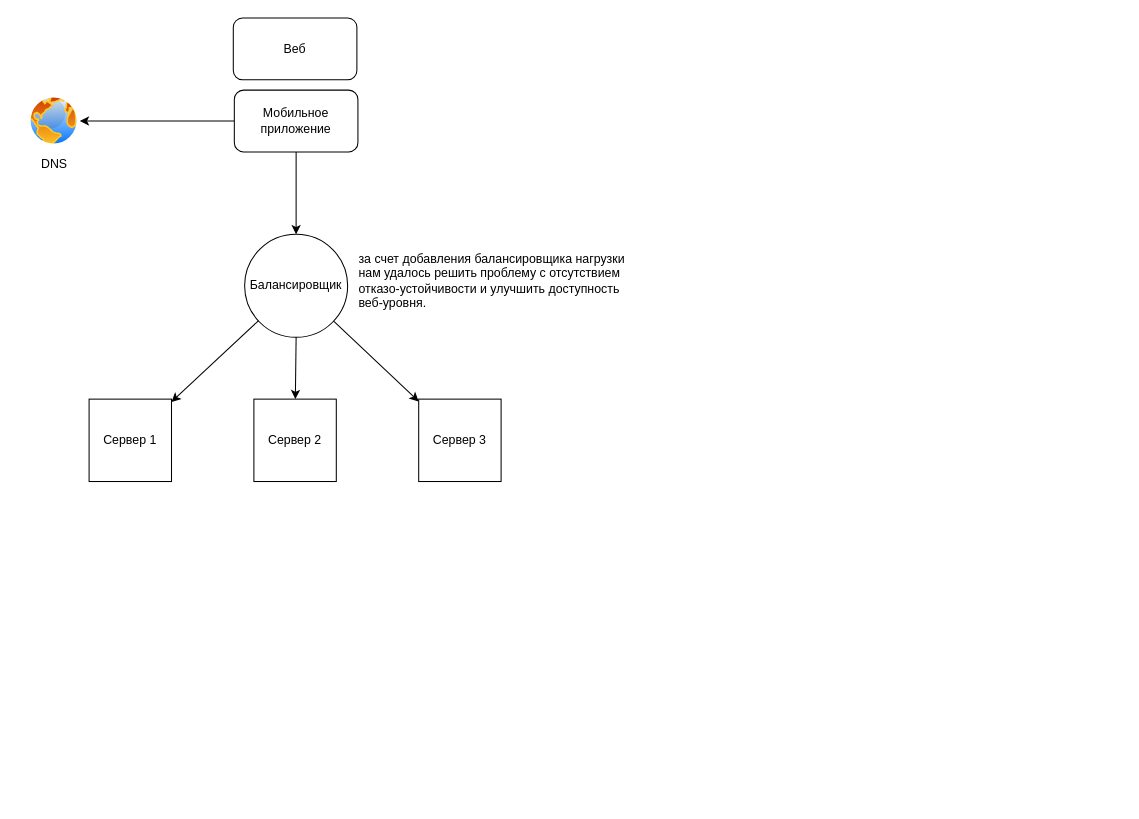
Before: system_design.drawio in agorinenko/system-design-interview, a draw.io diagram. Source tidied: cells renumbered, new cells numbered last; positions are measured from the earlier drawing's top-left corner, leaving out a move shared by most shapes. Both pictures are drawn from the tidied source at 103%, with x=0, y=0 at pixel (28, 18).
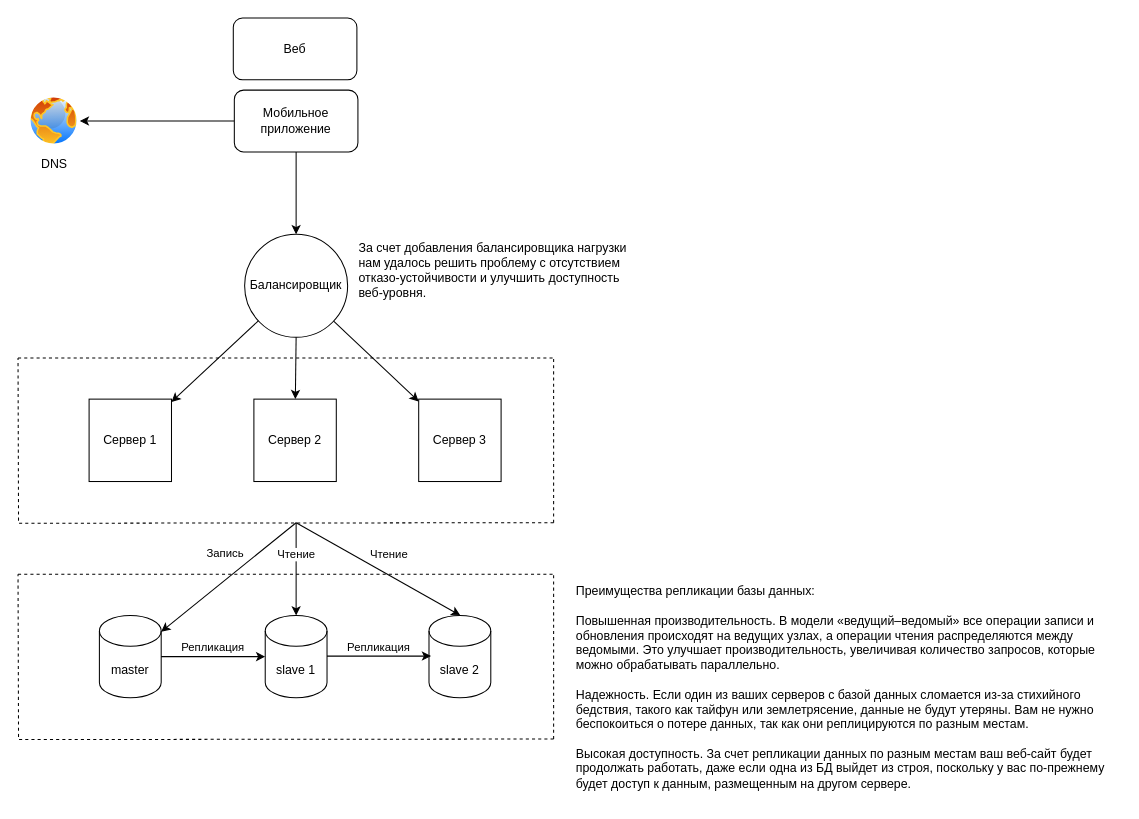
The same page after the edit.

The edit, as a diff of the source:
```diff
@@
-    <mxCell id="11" value="за счет добавления балансировщика нагрузки нам удалось решить проблему с отсутствием отказо-устойчивости и улучшить доступность веб-уровня." style="text;html=1;align=left;verticalAlign=middle;whiteSpace=wrap;rounded=0;" parent="1" vertex="1">
-      <mxGeometry x="319" y="240" width="280" height="30" as="geometry" />
+    <mxCell id="11" value="За счет добавления балансировщика нагрузки нам удалось решить проблему с отсутствием отказо-устойчивости и улучшить доступность веб-уровня." style="text;html=1;align=left;verticalAlign=middle;whiteSpace=wrap;rounded=0;" parent="1" vertex="1">
+      <mxGeometry x="319" y="210" width="280" height="70" as="geometry" />
     </mxCell>
@@
+    <mxCell id="15" style="endArrow=none;dashed=1;html=1;rounded=0;edgeStyle=orthogonalEdgeStyle;" parent="1" edge="1">
+      <mxGeometry relative="1" as="geometry">
+        <mxPoint x="510" y="490" as="sourcePoint" />
+        <mxPoint x="-10" y="330" as="targetPoint" />
+      </mxGeometry>
+    </mxCell>
+    <mxCell id="16" style="endArrow=none;dashed=1;html=1;rounded=0;" parent="1" edge="1">
+      <mxGeometry relative="1" as="geometry">
+        <mxPoint x="510" y="490" as="sourcePoint" />
+        <mxPoint x="510" y="330" as="targetPoint" />
+      </mxGeometry>
+    </mxCell>
+    <mxCell id="17" style="endArrow=none;dashed=1;html=1;rounded=0;" parent="1" edge="1">
+      <mxGeometry relative="1" as="geometry">
+        <mxPoint x="-10" y="330" as="sourcePoint" />
+        <mxPoint x="510" y="330" as="targetPoint" />
+      </mxGeometry>
+    </mxCell>
+    <mxCell id="18" style="endArrow=none;dashed=1;html=1;rounded=0;edgeStyle=orthogonalEdgeStyle;" parent="1" edge="1">
+      <mxGeometry relative="1" as="geometry">
+        <mxPoint x="510" y="700" as="sourcePoint" />
+        <mxPoint x="-10" y="540" as="targetPoint" />
+      </mxGeometry>
+    </mxCell>
+    <mxCell id="19" style="endArrow=none;dashed=1;html=1;rounded=0;" parent="1" edge="1">
+      <mxGeometry relative="1" as="geometry">
+        <mxPoint x="510" y="700" as="sourcePoint" />
+        <mxPoint x="510" y="540" as="targetPoint" />
+      </mxGeometry>
+    </mxCell>
+    <mxCell id="20" style="endArrow=none;dashed=1;html=1;rounded=0;" parent="1" edge="1">
+      <mxGeometry relative="1" as="geometry">
+        <mxPoint x="-10" y="540" as="sourcePoint" />
+        <mxPoint x="510" y="540" as="targetPoint" />
+      </mxGeometry>
+    </mxCell>
+    <mxCell id="21" value="master" style="shape=cylinder3;whiteSpace=wrap;html=1;boundedLbl=1;backgroundOutline=1;size=15;" parent="1" vertex="1">
+      <mxGeometry x="69" y="580" width="60" height="80" as="geometry" />
+    </mxCell>
+    <mxCell id="22" value="slave 1" style="shape=cylinder3;whiteSpace=wrap;html=1;boundedLbl=1;backgroundOutline=1;size=15;" parent="1" vertex="1">
+      <mxGeometry x="230" y="580" width="60" height="80" as="geometry" />
+    </mxCell>
+    <mxCell id="23" value="slave 2" style="shape=cylinder3;whiteSpace=wrap;html=1;boundedLbl=1;backgroundOutline=1;size=15;" parent="1" vertex="1">
+      <mxGeometry x="389" y="580" width="60" height="80" as="geometry" />
+    </mxCell>
+    <mxCell id="24" style="endArrow=classic;html=1;rounded=0;" parent="1" edge="1" target="21">
+      <mxGeometry relative="1" as="geometry">
+        <mxPoint x="260" y="490" as="sourcePoint" />
+      </mxGeometry>
+    </mxCell>
+    <mxCell id="25" value="Запись" style="edgeLabel;html=1;align=center;verticalAlign=middle;" parent="24" vertex="1">
+      <mxGeometry x="-0.05" y="2" relative="1" as="geometry">
+        <mxPoint x="-9" y="-22" as="offset" />
+      </mxGeometry>
+    </mxCell>
+    <mxCell id="26" style="endArrow=classic;html=1;rounded=0;" parent="1" edge="1" target="22">
+      <mxGeometry relative="1" as="geometry">
+        <mxPoint x="260" y="490" as="sourcePoint" />
+      </mxGeometry>
+    </mxCell>
+    <mxCell id="27" value="Чтение" style="edgeLabel;html=1;align=center;verticalAlign=middle;" parent="26" vertex="1">
+      <mxGeometry x="0.23" y="-3" relative="1" as="geometry">
+        <mxPoint x="2" y="-25" as="offset" />
+      </mxGeometry>
+    </mxCell>
+    <mxCell id="28" style="endArrow=classic;html=1;rounded=0;" parent="1" edge="1">
+      <mxGeometry relative="1" as="geometry">
+        <mxPoint x="260" y="490" as="sourcePoint" />
+        <mxPoint x="419.5" y="580" as="targetPoint" />
+      </mxGeometry>
+    </mxCell>
+    <mxCell id="29" value="Чтение" style="edgeLabel;html=1;align=center;verticalAlign=middle;" parent="28" vertex="1">
+      <mxGeometry x="0.23" y="-3" relative="1" as="geometry">
+        <mxPoint x="-7" y="-28" as="offset" />
+      </mxGeometry>
+    </mxCell>
+    <mxCell id="30" style="endArrow=classic;html=1;rounded=0;exitX=1;exitY=0.5;exitDx=0;exitDy=0;exitPerimeter=0;entryX=0;entryY=0.5;entryDx=0;entryDy=0;entryPerimeter=0;" parent="1" edge="1" source="21" target="22">
+      <mxGeometry relative="1" as="geometry" />
+    </mxCell>
+    <mxCell id="31" value="Репликация" style="edgeLabel;html=1;align=center;verticalAlign=middle;" parent="30" vertex="1">
+      <mxGeometry x="-0.03" y="-2" relative="1" as="geometry">
+        <mxPoint y="-12" as="offset" />
+      </mxGeometry>
+    </mxCell>
+    <mxCell id="32" style="endArrow=classic;html=1;rounded=0;exitX=1;exitY=0.5;exitDx=0;exitDy=0;exitPerimeter=0;entryX=0;entryY=0.5;entryDx=0;entryDy=0;entryPerimeter=0;" parent="1" edge="1">
+      <mxGeometry relative="1" as="geometry">
+        <mxPoint x="290" y="619.5" as="sourcePoint" />
+        <mxPoint x="391" y="619.5" as="targetPoint" />
+      </mxGeometry>
+    </mxCell>
+    <mxCell id="33" value="Репликация" style="edgeLabel;html=1;align=center;verticalAlign=middle;" parent="32" vertex="1">
+      <mxGeometry x="-0.03" y="-2" relative="1" as="geometry">
+        <mxPoint y="-11" as="offset" />
+      </mxGeometry>
+    </mxCell>
+    <mxCell id="34" value="&lt;div&gt;Преимущества репликации базы данных:&lt;/div&gt;&lt;div&gt;&lt;br&gt;&lt;/div&gt;&lt;div&gt;Повышенная производительность. В модели «ведущий–ведомый» все операции записи и обновления происходят на ведущих узлах, а операции чтения распределяются между ведомыми. Это улучшает производительность, увеличивая количество запросов, которые можно обрабатывать параллельно.&lt;/div&gt;&lt;div&gt;&lt;br&gt;&lt;/div&gt;&lt;div&gt;Надежность. Если один из ваших серверов с базой данных сломается из-за стихийного бедствия, такого как тайфун или землетрясение, данные не будут утеряны. Вам не нужно беспокоиться о потере данных, так как они реплицируются по разным местам.&lt;/div&gt;&lt;div&gt;&lt;br&gt;&lt;/div&gt;&lt;div&gt;Высокая доступность. За счет репликации данных по разным местам ваш веб-сайт будет продолжать работать, даже если одна из БД выйдет из строя, поскольку у вас по-прежнему будет доступ к данным, размещенным на другом сервере.&lt;/div&gt;" style="text;html=1;align=left;verticalAlign=middle;whiteSpace=wrap;rounded=0;" parent="1" vertex="1">
+      <mxGeometry x="530" y="540" width="531" height="220" as="geometry" />
+    </mxCell>
```
